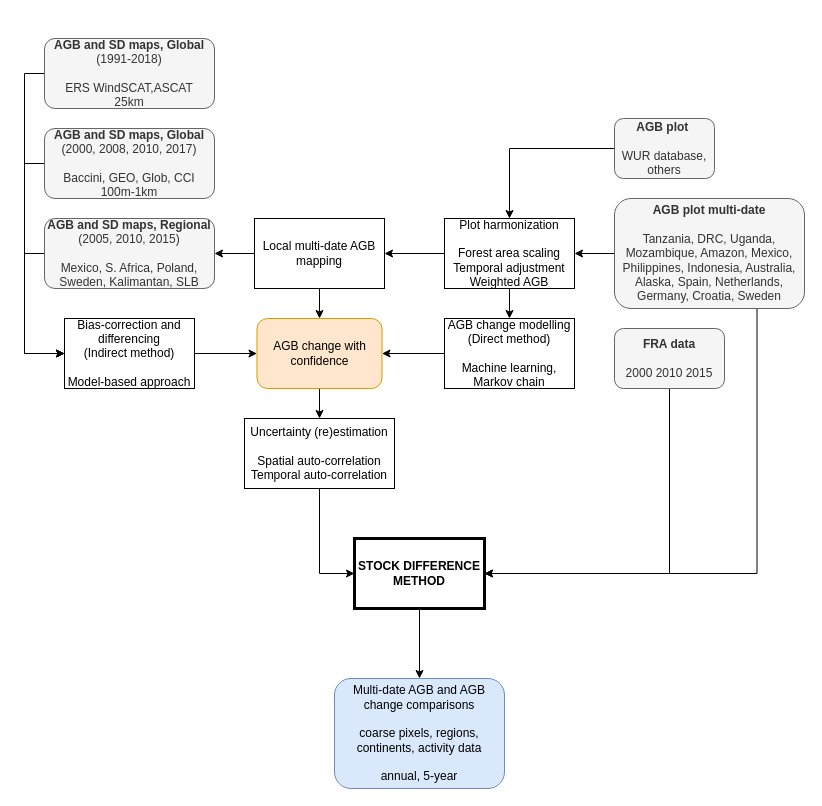
Above: Biomass change.drawio in arnanaraza/diagrams (draw.io), before the change. Source tidied: cells renumbered, new cells numbered last; positions are measured from the earlier drawing's top-left corner, leaving out a move shared by most shapes. Both pictures are drawn from the tidied source at 100%, with x=0, y=0 at pixel (44, 38).
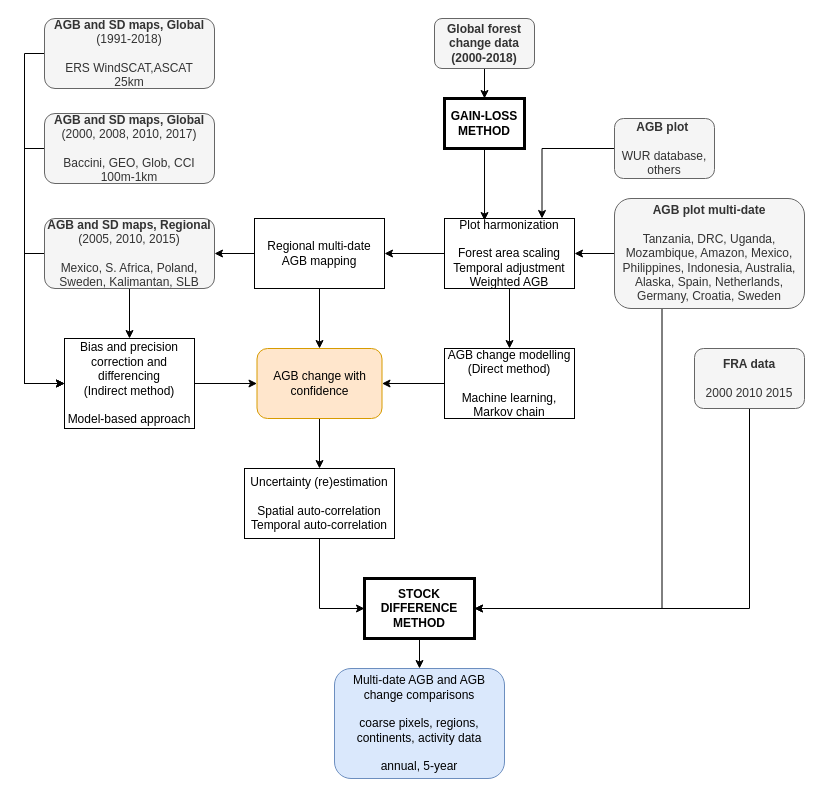
The same page after the edit.

Unchanged cells that the change refers to:
```xml
<mxCell id="9" value="&lt;b&gt;AGB and SD maps, Regional&lt;/b&gt;&lt;br&gt;(2005, 2010, 2015)&lt;br&gt;&lt;br&gt;Mexico, S. Africa, Poland, Sweden, Kalimantan, SLB" style="rounded=1;whiteSpace=wrap;html=1;fillColor=#f5f5f5;strokeColor=#666666;fontColor=#333333;" parent="1" vertex="1">
  <mxGeometry y="180" width="170" height="70" as="geometry" />
</mxCell>
<mxCell id="14" value="&lt;b&gt;AGB plot multi-date&lt;br&gt;&lt;/b&gt;&lt;br&gt;Tanzania, DRC, Uganda, Mozambique, Amazon, Mexico, Philippines, Indonesia, Australia, Alaska, Spain, Netherlands, Germany, Croatia, Sweden" style="rounded=1;whiteSpace=wrap;html=1;fillColor=#f5f5f5;strokeColor=#666666;fontColor=#333333;" parent="1" vertex="1">
  <mxGeometry x="570" y="160" width="190" height="110" as="geometry" />
</mxCell>
<mxCell id="24" value="Plot harmonization&lt;br&gt;&lt;br&gt;Forest area scaling&lt;br&gt;Temporal adjustment&lt;br&gt;Weighted AGB" style="rounded=0;whiteSpace=wrap;html=1;" parent="1" vertex="1">
  <mxGeometry x="400" y="180" width="130" height="70" as="geometry" />
</mxCell>
<mxCell id="26" value="&lt;b&gt;AGB plot&amp;nbsp;&lt;br&gt;&lt;/b&gt;&lt;br&gt;WUR database, others" style="rounded=1;whiteSpace=wrap;html=1;fillColor=#f5f5f5;strokeColor=#666666;fontColor=#333333;" parent="1" vertex="1">
  <mxGeometry x="570" y="80" width="100" height="60" as="geometry" />
</mxCell>
```

Diff of the diagram source:
```diff
@@
     <mxCell id="3" value="AGB change modelling&lt;br&gt;(Direct method)&lt;br&gt;&lt;br&gt;Machine learning, Markov chain" style="rounded=0;whiteSpace=wrap;html=1;" parent="1" vertex="1">
-      <mxGeometry x="400" y="280" width="130" height="70" as="geometry" />
+      <mxGeometry x="400" y="310" width="130" height="70" as="geometry" />
     </mxCell>
@@
     <mxCell id="5" value="&lt;b&gt;AGB and SD maps, Global&lt;/b&gt; &lt;br&gt;(1991-2018)&lt;br&gt;&lt;br&gt;ERS WindSCAT,ASCAT&lt;br&gt;25km" style="rounded=1;whiteSpace=wrap;html=1;fillColor=#f5f5f5;strokeColor=#666666;fontColor=#333333;" parent="1" vertex="1">
-      <mxGeometry width="170" height="70" as="geometry" />
+      <mxGeometry y="-20" width="170" height="70" as="geometry" />
     </mxCell>
@@
     <mxCell id="7" value="&lt;b&gt;AGB and SD maps, Global &lt;br&gt;&lt;/b&gt;(2000, 2008, 2010, 2017)&lt;br&gt;&lt;br&gt;Baccini, GEO, Glob, CCI&lt;br&gt;100m-1km" style="rounded=1;whiteSpace=wrap;html=1;fillColor=#f5f5f5;strokeColor=#666666;fontColor=#333333;" parent="1" vertex="1">
-      <mxGeometry y="90" width="170" height="70" as="geometry" />
+      <mxGeometry y="75" width="170" height="70" as="geometry" />
     </mxCell>
@@
+    <mxCell id="32" style="edgeStyle=orthogonalEdgeStyle;rounded=0;jettySize=auto;html=1;exitX=0.5;exitY=1;exitDx=0;exitDy=0;entryX=0.5;entryY=0;entryDx=0;entryDy=0;" parent="1" edge="1" source="9" target="11">
+      <mxGeometry relative="1" as="geometry" />
+    </mxCell>
@@
-    <mxCell id="11" value="Bias-correction and differencing &lt;br&gt;(Indirect method)&lt;br&gt;&lt;br&gt;Model-based approach" style="rounded=0;whiteSpace=wrap;html=1;" parent="1" vertex="1">
-      <mxGeometry x="20" y="280" width="130" height="70" as="geometry" />
+    <mxCell id="11" value="Bias and precision correction and differencing &lt;br&gt;(Indirect method)&lt;br&gt;&lt;br&gt;Model-based approach" style="rounded=0;whiteSpace=wrap;html=1;" parent="1" vertex="1">
+      <mxGeometry x="20" y="300" width="130" height="90" as="geometry" />
     </mxCell>
@@
-    <mxCell id="13" style="edgeStyle=orthogonalEdgeStyle;rounded=0;jettySize=auto;html=1;exitX=0.75;exitY=1;exitDx=0;exitDy=0;entryX=1;entryY=0.5;entryDx=0;entryDy=0;fontColor=#D5E8D4;" parent="1" edge="1" source="14" target="21">
+    <mxCell id="13" style="edgeStyle=orthogonalEdgeStyle;rounded=0;jettySize=auto;html=1;exitX=0.25;exitY=1;exitDx=0;exitDy=0;entryX=1;entryY=0.5;entryDx=0;entryDy=0;" parent="1" edge="1" source="14" target="21">
       <mxGeometry relative="1" as="geometry" />
     </mxCell>
@@
     <mxCell id="16" value="&lt;b&gt;FRA data&lt;br&gt;&lt;/b&gt;&lt;br&gt;2000 2010 2015" style="rounded=1;whiteSpace=wrap;html=1;fillColor=#f5f5f5;strokeColor=#666666;fontColor=#333333;" parent="1" vertex="1">
-      <mxGeometry x="570" y="290" width="110" height="60" as="geometry" />
+      <mxGeometry x="650" y="310" width="110" height="60" as="geometry" />
     </mxCell>
@@
     <mxCell id="18" value="Uncertainty (re)estimation&lt;br&gt;&lt;br&gt;Spatial auto-correlation&lt;br&gt;Temporal auto-correlation" style="rounded=0;whiteSpace=wrap;html=1;" parent="1" vertex="1">
-      <mxGeometry x="200" y="380" width="150" height="70" as="geometry" />
+      <mxGeometry x="200" y="430" width="150" height="70" as="geometry" />
     </mxCell>
     <mxCell id="19" value="Multi-date AGB and AGB change comparisons&lt;br&gt;&lt;br&gt;coarse pixels, regions, continents, activity data&lt;br&gt;&lt;br&gt;annual, 5-year" style="rounded=1;whiteSpace=wrap;html=1;fillColor=#dae8fc;strokeColor=#6c8ebf;" parent="1" vertex="1">
-      <mxGeometry x="290" y="640" width="170" height="110" as="geometry" />
+      <mxGeometry x="290" y="630" width="170" height="110" as="geometry" />
     </mxCell>
@@
     <mxCell id="21" value="STOCK DIFFERENCE METHOD" style="rounded=0;whiteSpace=wrap;html=1;fontStyle=1;strokeWidth=3;" parent="1" vertex="1">
-      <mxGeometry x="310" y="500" width="130" height="70" as="geometry" />
+      <mxGeometry x="320" y="540" width="110" height="60" as="geometry" />
     </mxCell>
@@
-    <mxCell id="25" style="edgeStyle=orthogonalEdgeStyle;rounded=0;jettySize=auto;html=1;exitX=0;exitY=0.5;exitDx=0;exitDy=0;entryX=0.5;entryY=0;entryDx=0;entryDy=0;" parent="1" edge="1" source="26" target="24">
+    <mxCell id="25" style="edgeStyle=orthogonalEdgeStyle;rounded=0;jettySize=auto;html=1;exitX=0;exitY=0.5;exitDx=0;exitDy=0;entryX=0.75;entryY=0;entryDx=0;entryDy=0;" parent="1" edge="1" source="26" target="24">
       <mxGeometry relative="1" as="geometry" />
     </mxCell>
@@
     <mxCell id="28" value="AGB change with confidence" style="rounded=1;whiteSpace=wrap;html=1;fillColor=#ffe6cc;strokeColor=#d79b00;" parent="1" vertex="1">
-      <mxGeometry x="212.5" y="280" width="125" height="70" as="geometry" />
+      <mxGeometry x="212.5" y="310" width="125" height="70" as="geometry" />
     </mxCell>
@@
-    <mxCell id="31" value="Local multi-date AGB mapping" style="rounded=0;whiteSpace=wrap;html=1;" parent="1" vertex="1">
+    <mxCell id="31" value="Regional multi-date AGB mapping" style="rounded=0;whiteSpace=wrap;html=1;" parent="1" vertex="1">
       <mxGeometry x="210" y="180" width="130" height="70" as="geometry" />
     </mxCell>
+    <mxCell id="33" style="edgeStyle=orthogonalEdgeStyle;rounded=0;jettySize=auto;html=1;exitX=0.5;exitY=1;exitDx=0;exitDy=0;entryX=0.308;entryY=0.029;entryDx=0;entryDy=0;entryPerimeter=0;" parent="1" edge="1" source="34" target="24">
+      <mxGeometry relative="1" as="geometry" />
+    </mxCell>
+    <mxCell id="34" value="GAIN-LOSS METHOD" style="rounded=0;whiteSpace=wrap;html=1;fontStyle=1;strokeWidth=3;" parent="1" vertex="1">
+      <mxGeometry x="400" y="60" width="80" height="50" as="geometry" />
+    </mxCell>
+    <mxCell id="35" style="edgeStyle=orthogonalEdgeStyle;rounded=0;jettySize=auto;html=1;exitX=0.5;exitY=1;exitDx=0;exitDy=0;entryX=0.5;entryY=0;entryDx=0;entryDy=0;" parent="1" edge="1" source="36" target="34">
+      <mxGeometry relative="1" as="geometry" />
+    </mxCell>
+    <mxCell id="36" value="&lt;b&gt;Global forest change data (2000-2018)&lt;/b&gt;" style="rounded=1;whiteSpace=wrap;html=1;fillColor=#f5f5f5;strokeColor=#666666;fontColor=#333333;" parent="1" vertex="1">
+      <mxGeometry x="390" y="-20" width="100" height="50" as="geometry" />
+    </mxCell>
```
